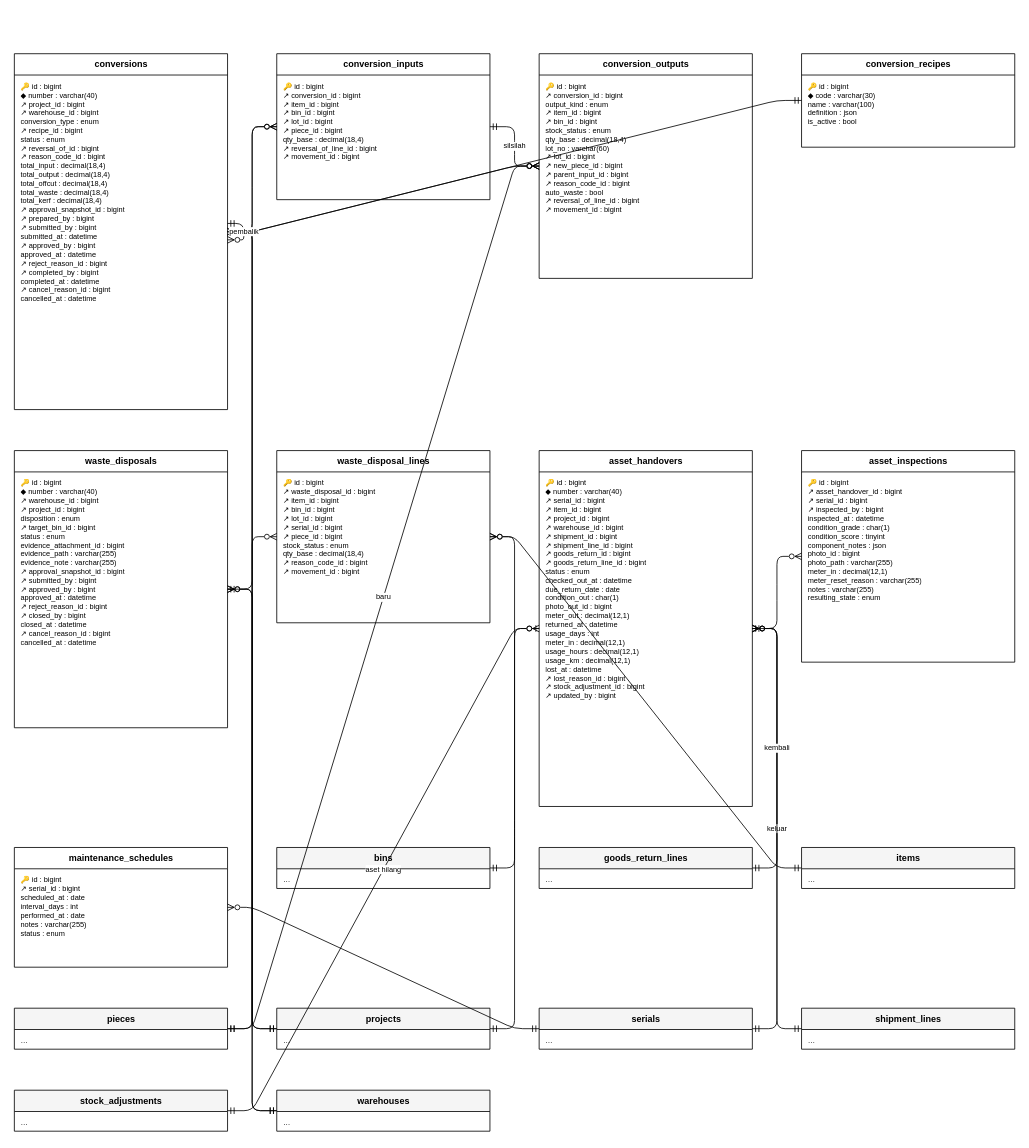
The draw.io diagram docs/diagram/erd-konversi-aset.drawio in HengkyDarmawan/wms, before the edit. Source tidied: cells renumbered, new cells numbered last; positions are measured from the earlier drawing's top-left corner, leaving out a move shared by most shapes. Both pictures are drawn from the tidied source at 82%, with x=0, y=0 at pixel (14, 53).
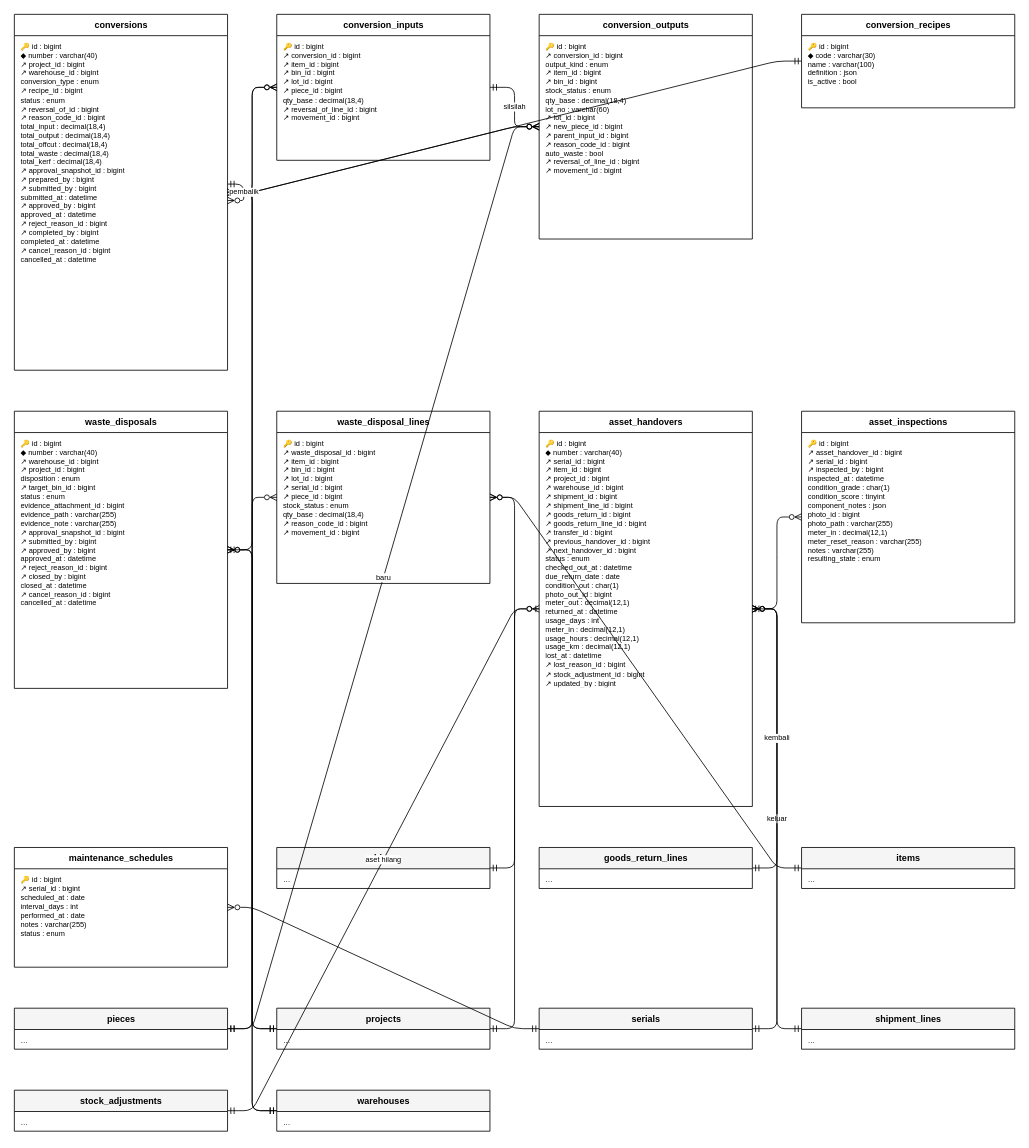
The same page after the edit.

What changed in the source:
```diff
@@
     <mxCell id="2" value="conversions" style="swimlane;fontStyle=1;horizontal=1;startSize=26;html=1;fontSize=11;fillColor=#FFFFFF;" parent="1" vertex="1">
-      <mxGeometry width="260" height="434" as="geometry" />
+      <mxGeometry y="-48" width="260" height="434" as="geometry" />
     </mxCell>
@@
     <mxCell id="4" value="conversion_inputs" style="swimlane;fontStyle=1;horizontal=1;startSize=26;html=1;fontSize=11;fillColor=#FFFFFF;" parent="1" vertex="1">
-      <mxGeometry x="320" width="260" height="178" as="geometry" />
+      <mxGeometry x="320" y="-48" width="260" height="178" as="geometry" />
     </mxCell>
@@
     <mxCell id="6" value="conversion_outputs" style="swimlane;fontStyle=1;horizontal=1;startSize=26;html=1;fontSize=11;fillColor=#FFFFFF;" parent="1" vertex="1">
-      <mxGeometry x="640" width="260" height="274" as="geometry" />
+      <mxGeometry x="640" y="-48" width="260" height="274" as="geometry" />
     </mxCell>
@@
     <mxCell id="8" value="conversion_recipes" style="swimlane;fontStyle=1;horizontal=1;startSize=26;html=1;fontSize=11;fillColor=#FFFFFF;" parent="1" vertex="1">
-      <mxGeometry x="960" width="260" height="114" as="geometry" />
+      <mxGeometry x="960" y="-48" width="260" height="114" as="geometry" />
     </mxCell>
@@
     <mxCell id="10" value="waste_disposals" style="swimlane;fontStyle=1;horizontal=1;startSize=26;html=1;fontSize=11;fillColor=#FFFFFF;" parent="1" vertex="1">
-      <mxGeometry y="484" width="260" height="338" as="geometry" />
+      <mxGeometry y="436" width="260" height="338" as="geometry" />
     </mxCell>
@@
     <mxCell id="12" value="waste_disposal_lines" style="swimlane;fontStyle=1;horizontal=1;startSize=26;html=1;fontSize=11;fillColor=#FFFFFF;" parent="1" vertex="1">
-      <mxGeometry x="320" y="484" width="260" height="210" as="geometry" />
+      <mxGeometry x="320" y="436" width="260" height="210" as="geometry" />
     </mxCell>
@@
     <mxCell id="14" value="asset_handovers" style="swimlane;fontStyle=1;horizontal=1;startSize=26;html=1;fontSize=11;fillColor=#FFFFFF;" parent="1" vertex="1">
-      <mxGeometry x="640" y="484" width="260" height="434" as="geometry" />
+      <mxGeometry x="640" y="436" width="260" height="482" as="geometry" />
     </mxCell>
-    <mxCell id="15" value="🔑 id : bigint&lt;br&gt;◆ number : varchar(40)&lt;br&gt;↗ serial_id : bigint&lt;br&gt;↗ item_id : bigint&lt;br&gt;↗ project_id : bigint&lt;br&gt;↗ warehouse_id : bigint&lt;br&gt;↗ shipment_id : bigint&lt;br&gt;↗ shipment_line_id : bigint&lt;br&gt;↗ goods_return_id : bigint&lt;br&gt;↗ goods_return_line_id : bigint&lt;br&gt;status : enum&lt;br&gt;checked_out_at : datetime&lt;br&gt;due_return_date : date&lt;br&gt;condition_out : char(1)&lt;br&gt;photo_out_id : bigint&lt;br&gt;meter_out : decimal(12,1)&lt;br&gt;returned_at : datetime&lt;br&gt;usage_days : int&lt;br&gt;meter_in : decimal(12,1)&lt;br&gt;usage_hours : decimal(12,1)&lt;br&gt;usage_km : decimal(12,1)&lt;br&gt;lost_at : datetime&lt;br&gt;↗ lost_reason_id : bigint&lt;br&gt;↗ stock_adjustment_id : bigint&lt;br&gt;↗ updated_by : bigint" style="text;html=1;strokeColor=none;fillColor=none;align=left;verticalAlign=top;spacingLeft=6;spacingTop=2;fontSize=9;whiteSpace=wrap;overflow=hidden;" parent="14" vertex="1">
-      <mxGeometry y="26" width="260" height="408" as="geometry" />
+    <mxCell id="15" value="🔑 id : bigint&lt;br&gt;◆ number : varchar(40)&lt;br&gt;↗ serial_id : bigint&lt;br&gt;↗ item_id : bigint&lt;br&gt;↗ project_id : bigint&lt;br&gt;↗ warehouse_id : bigint&lt;br&gt;↗ shipment_id : bigint&lt;br&gt;↗ shipment_line_id : bigint&lt;br&gt;↗ goods_return_id : bigint&lt;br&gt;↗ goods_return_line_id : bigint&lt;br&gt;↗ transfer_id : bigint&lt;br&gt;↗ previous_handover_id : bigint&lt;br&gt;↗ next_handover_id : bigint&lt;br&gt;status : enum&lt;br&gt;checked_out_at : datetime&lt;br&gt;due_return_date : date&lt;br&gt;condition_out : char(1)&lt;br&gt;photo_out_id : bigint&lt;br&gt;meter_out : decimal(12,1)&lt;br&gt;returned_at : datetime&lt;br&gt;usage_days : int&lt;br&gt;meter_in : decimal(12,1)&lt;br&gt;usage_hours : decimal(12,1)&lt;br&gt;usage_km : decimal(12,1)&lt;br&gt;lost_at : datetime&lt;br&gt;↗ lost_reason_id : bigint&lt;br&gt;↗ stock_adjustment_id : bigint&lt;br&gt;↗ updated_by : bigint" style="text;html=1;strokeColor=none;fillColor=none;align=left;verticalAlign=top;spacingLeft=6;spacingTop=2;fontSize=9;whiteSpace=wrap;overflow=hidden;" parent="14" vertex="1">
+      <mxGeometry y="26" width="260" height="456" as="geometry" />
     </mxCell>
     <mxCell id="16" value="asset_inspections" style="swimlane;fontStyle=1;horizontal=1;startSize=26;html=1;fontSize=11;fillColor=#FFFFFF;" parent="1" vertex="1">
-      <mxGeometry x="960" y="484" width="260" height="258" as="geometry" />
+      <mxGeometry x="960" y="436" width="260" height="258" as="geometry" />
     </mxCell>
```
